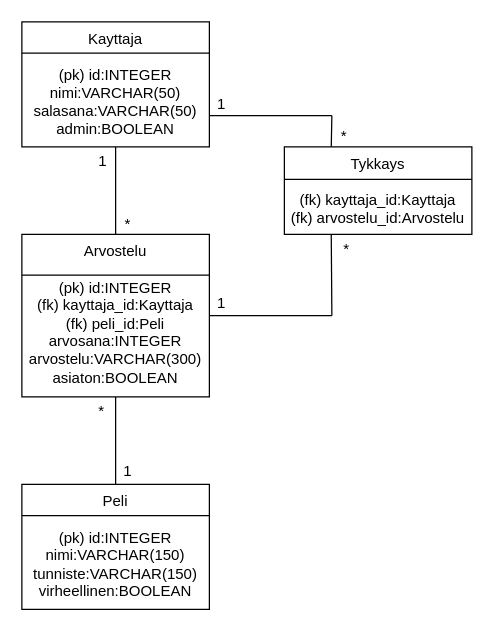
Earlier version of the draw.io diagram documentation/Peliarvostelupalvelu tietokantakaavio.drawio (Jeeses313/Peliarvostelupalvelu). Source tidied: cells renumbered, new cells numbered last; positions are measured from the earlier drawing's top-left corner, leaving out a move shared by most shapes. Both pictures are drawn from the tidied source at 125%, with x=0, y=0 at pixel (21, 21).
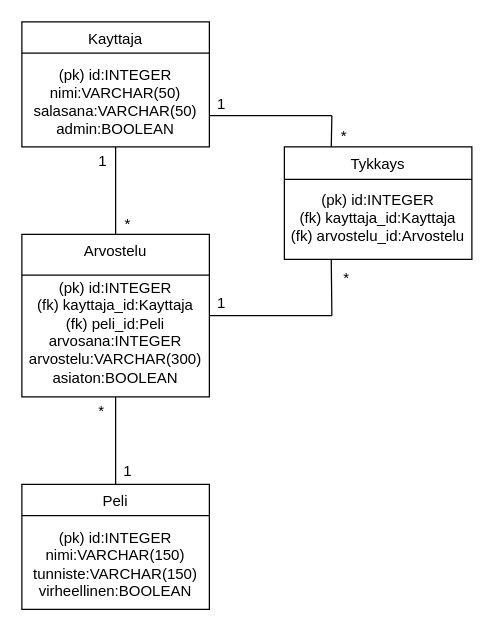
The same diagram, later.

Diff of the diagram source:
```diff
@@
-    <mxCell id="10" value="&lt;div&gt;Tykkays&lt;/div&gt;&lt;div&gt;&lt;br&gt;&lt;/div&gt;&lt;div&gt;(fk) kayttaja_id:Kayttaja&lt;br&gt;&lt;/div&gt;&lt;div&gt;(fk) arvostelu_id:Arvostelu&lt;br&gt;&lt;/div&gt;&lt;div&gt;&lt;br&gt;&lt;/div&gt;" style="rounded=0;whiteSpace=wrap;html=1;verticalAlign=top;" parent="1" vertex="1">
-      <mxGeometry x="210" y="100" width="150" height="70" as="geometry" />
+    <mxCell id="10" value="&lt;div&gt;Tykkays&lt;/div&gt;&lt;div&gt;&lt;br&gt;&lt;/div&gt;&lt;div&gt;(pk) id:INTEGER&lt;br&gt;&lt;/div&gt;&lt;div&gt;(fk) kayttaja_id:Kayttaja&lt;br&gt;&lt;/div&gt;&lt;div&gt;(fk) arvostelu_id:Arvostelu&lt;br&gt;&lt;/div&gt;&lt;div&gt;&lt;br&gt;&lt;/div&gt;" style="rounded=0;whiteSpace=wrap;html=1;verticalAlign=top;" parent="1" vertex="1">
+      <mxGeometry x="210" y="100" width="150" height="90" as="geometry" />
     </mxCell>
@@
     <mxCell id="23" value="*" style="text;html=1;strokeColor=none;fillColor=none;align=center;verticalAlign=middle;whiteSpace=wrap;rounded=0;" parent="1" vertex="1">
-      <mxGeometry x="250" y="172" width="20" height="20" as="geometry" />
+      <mxGeometry x="250" y="195" width="20" height="20" as="geometry" />
     </mxCell>
```
